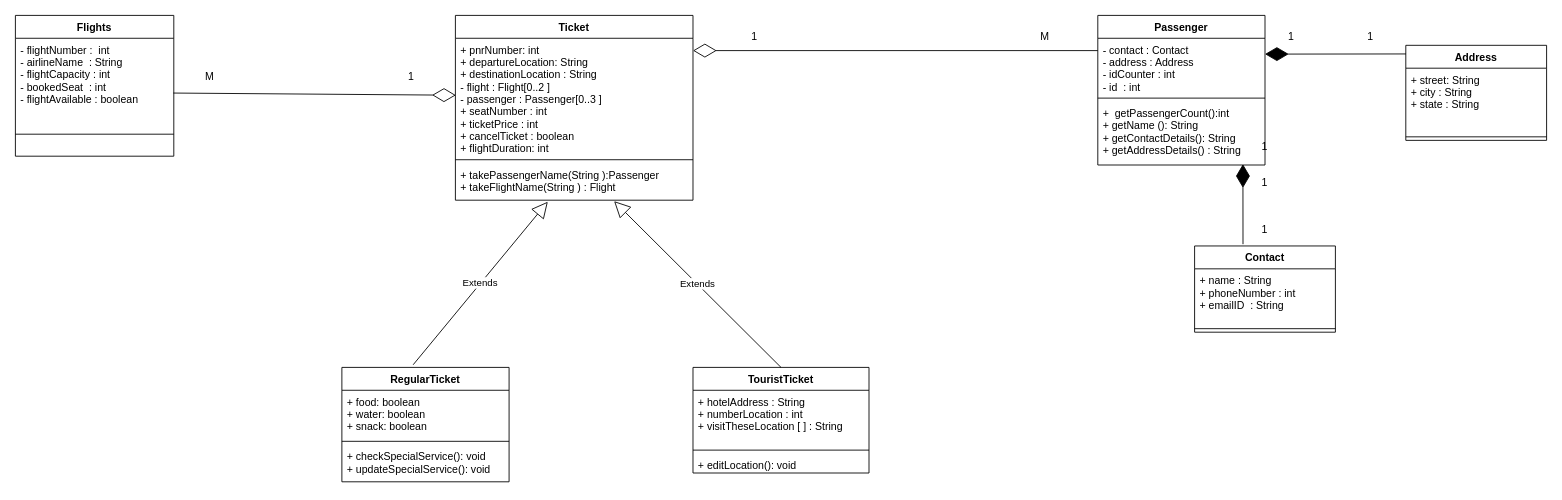
The draw.io diagram FRS_uml/FRS_uml#VN.drawio in Vinayak007/FRS_Project_Vinayak, before the edit. Source tidied: cells renumbered, new cells numbered last; positions are measured from the earlier drawing's top-left corner, leaving out a move shared by most shapes. Both pictures are drawn from the tidied source at 88%, with x=0, y=0 at pixel (15, 15).
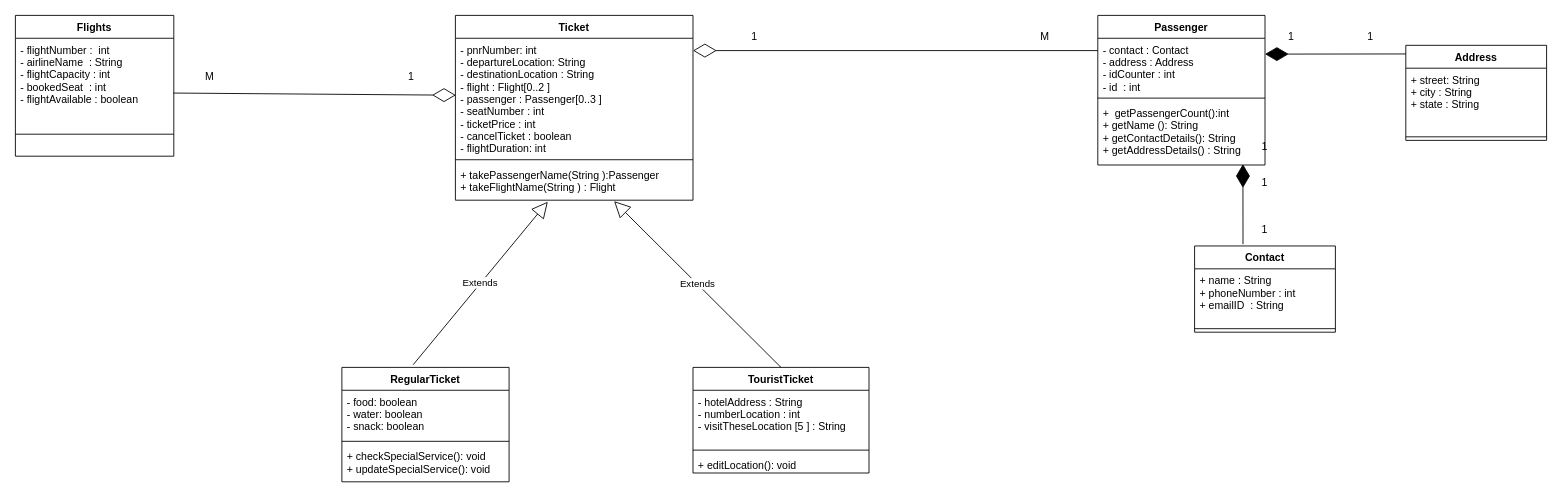
The same page after the edit.

Commit message (it also covers changes not shown here):
CheckPoint 4 & modified UML &  2 class extended

The change refers to these unchanged cells:
```xml
<mxCell id="6" value="Ticket" style="swimlane;fontStyle=1;align=center;verticalAlign=top;horizontal=1;startSize=26;" parent="1" vertex="1">
  <mxGeometry x="500" width="270" height="210" as="geometry" />
</mxCell>
<mxCell id="10" value="RegularTicket" style="swimlane;fontStyle=1;align=center;verticalAlign=top;horizontal=1;startSize=26;" parent="1" vertex="1">
  <mxGeometry x="371" y="400" width="190" height="130" as="geometry" />
</mxCell>
<mxCell id="14" value="TouristTicket" style="swimlane;fontStyle=1;align=center;verticalAlign=top;horizontal=1;startSize=26;" parent="1" vertex="1">
  <mxGeometry x="770" y="400" width="200" height="120" as="geometry" />
</mxCell>
```

Diff of the diagram source:
```diff
@@
-    <mxCell id="7" value="+ pnrNumber: int&#10;+ departureLocation: String&#10;+ destinationLocation : String&#10;- flight : Flight[0..2 ]&#10;- passenger : Passenger[0..3 ]&#10;+ seatNumber : int &#10;+ ticketPrice : int&#10;+ cancelTicket : boolean&#10;+ flightDuration: int  &#10;&#10;" style="text;strokeColor=none;fillColor=none;align=left;verticalAlign=top;spacingLeft=4;spacingRight=4;overflow=hidden;" parent="6" vertex="1">
+    <mxCell id="7" value="- pnrNumber: int&#10;- departureLocation: String&#10;- destinationLocation : String&#10;- flight : Flight[0..2 ]&#10;- passenger : Passenger[0..3 ]&#10;- seatNumber : int &#10;- ticketPrice : int&#10;- cancelTicket : boolean&#10;- flightDuration: int  &#10;&#10;" style="text;strokeColor=none;fillColor=none;align=left;verticalAlign=top;spacingLeft=4;spacingRight=4;overflow=hidden;" parent="6" vertex="1">
       <mxGeometry y="26" width="270" height="134" as="geometry" />
     </mxCell>
@@
-    <mxCell id="11" value="+ food: boolean&#10;+ water: boolean&#10;+ snack: boolean&#10;&#10;" style="text;strokeColor=none;fillColor=none;align=left;verticalAlign=top;spacingLeft=4;spacingRight=4;overflow=hidden;" parent="10" vertex="1">
+    <mxCell id="11" value="- food: boolean&#10;- water: boolean&#10;- snack: boolean&#10;&#10;" style="text;strokeColor=none;fillColor=none;align=left;verticalAlign=top;spacingLeft=4;spacingRight=4;overflow=hidden;" parent="10" vertex="1">
       <mxGeometry y="26" width="190" height="54" as="geometry" />
     </mxCell>
@@
-    <mxCell id="15" value="+ hotelAddress : String&#10;+ numberLocation : int&#10;+ visitTheseLocation [ ] : String&#10;" style="text;strokeColor=none;fillColor=none;align=left;verticalAlign=top;spacingLeft=4;spacingRight=4;overflow=hidden;" parent="14" vertex="1">
+    <mxCell id="15" value="- hotelAddress : String&#10;- numberLocation : int&#10;- visitTheseLocation [5 ] : String&#10;" style="text;strokeColor=none;fillColor=none;align=left;verticalAlign=top;spacingLeft=4;spacingRight=4;overflow=hidden;" parent="14" vertex="1">
       <mxGeometry y="26" width="200" height="64" as="geometry" />
     </mxCell>
```
